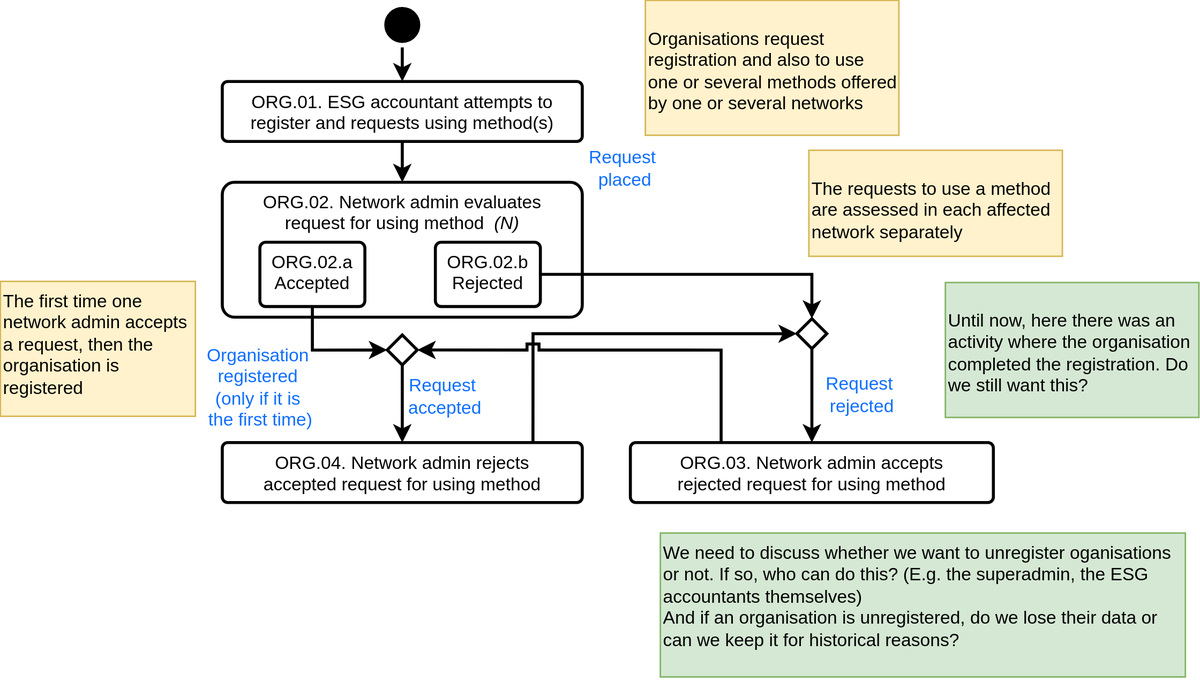
The draw.io diagram Process/ProcessORG.svg in Show-your-Heart/ShowYourHeart-docs, before a commit. Source tidied: cells renumbered, new cells last; positions are measured from the earlier drawing's top-left corner, leaving out a move shared by most shapes.
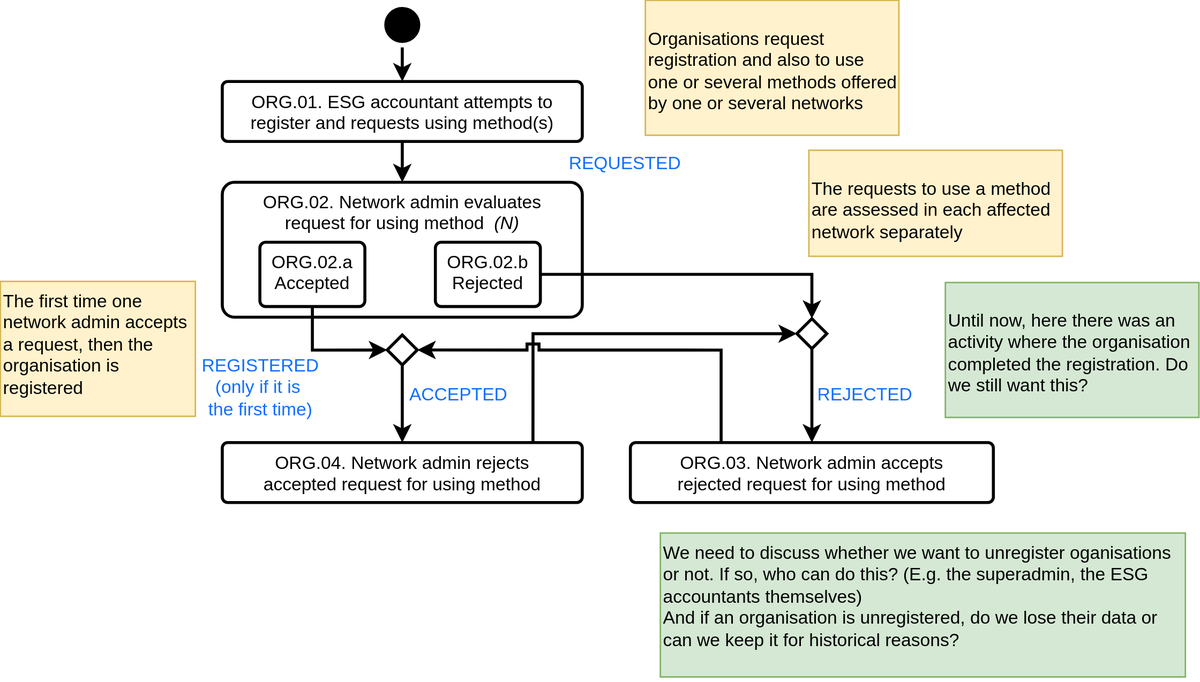
The same file after the commit.

The edit, as a diff of the source:
```diff
@@ -38,14 +38,14 @@
     <mxCell id="13" value="ORG.03. Network admin accepts rejected request for using method" style="rounded=1;whiteSpace=wrap;html=1;shadow=0;verticalAlign=top;spacingLeft=10;spacingRight=10;arcSize=9;strokeWidth=2;" parent="1" vertex="1">
       <mxGeometry x="420" y="295" width="242" height="40" as="geometry" />
     </mxCell>
-    <mxCell id="14" value="&lt;div&gt;&lt;span style=&quot;color: rgb(15, 111, 255);&quot;&gt;Request&amp;nbsp;&lt;/span&gt;&lt;/div&gt;&lt;div&gt;&lt;span style=&quot;color: rgb(15, 111, 255);&quot;&gt;rejected&lt;/span&gt;&lt;/div&gt;" style="text;html=1;align=center;verticalAlign=middle;strokeColor=none;fillColor=none;" parent="1" vertex="1">
-      <mxGeometry x="539" y="243.2" width="70" height="40" as="geometry" />
+    <mxCell id="14" value="&lt;div&gt;&lt;span style=&quot;color: rgb(15, 111, 255);&quot;&gt;REJECTED&lt;/span&gt;&lt;/div&gt;" style="text;html=1;align=center;verticalAlign=middle;strokeColor=none;fillColor=none;" parent="1" vertex="1">
+      <mxGeometry x="531" y="248.2" width="90" height="30" as="geometry" />
     </mxCell>
     <mxCell id="15" value="&lt;p&gt;Organisations request registration and also to use one or several methods offered by one or several networks&lt;br&gt;&lt;/p&gt;" style="text;html=1;whiteSpace=wrap;overflow=hidden;rounded=0;fillColor=#fff2cc;strokeColor=#d6b656;" parent="1" vertex="1">
       <mxGeometry x="430" width="169" height="90" as="geometry" />
     </mxCell>
-    <mxCell id="16" value="&lt;div&gt;&lt;span style=&quot;color: rgb(15, 111, 255);&quot;&gt;Request&amp;nbsp;&lt;/span&gt;&lt;/div&gt;&lt;div&gt;&lt;span style=&quot;color: rgb(15, 111, 255);&quot;&gt;accepted&lt;/span&gt;&lt;/div&gt;" style="text;html=1;align=center;verticalAlign=middle;strokeColor=none;fillColor=none;" parent="1" vertex="1">
-      <mxGeometry x="260.5" y="244.2" width="70" height="40" as="geometry" />
+    <mxCell id="16" value="&lt;div&gt;&lt;span style=&quot;color: rgb(15, 111, 255);&quot;&gt;ACCEPTED&lt;/span&gt;&lt;/div&gt;" style="text;html=1;align=center;verticalAlign=middle;strokeColor=none;fillColor=none;" parent="1" vertex="1">
+      <mxGeometry x="260" y="248.2" width="90" height="30" as="geometry" />
     </mxCell>
     <mxCell id="17" style="edgeStyle=orthogonalEdgeStyle;rounded=0;jumpStyle=sharp;jettySize=auto;html=1;startArrow=none;entryX=1;entryY=0.5;entryDx=0;entryDy=0;exitX=0.25;exitY=0;exitDx=0;exitDy=0;strokeWidth=2;" parent="1" edge="1" source="13" target="18">
       <mxGeometry relative="1" as="geometry" />
@@ -74,11 +74,11 @@
     <mxCell id="25" value="&lt;p&gt;The requests to use a method are assessed in each affected network separately&lt;br&gt;&lt;/p&gt;" style="text;html=1;whiteSpace=wrap;overflow=hidden;rounded=0;fillColor=#fff2cc;strokeColor=#d6b656;" parent="1" vertex="1">
       <mxGeometry x="539" y="100" width="169" height="70.8" as="geometry" />
     </mxCell>
-    <mxCell id="26" value="&lt;div&gt;&lt;span style=&quot;color: rgb(15, 111, 255);&quot;&gt;Request&amp;nbsp;&lt;/span&gt;&lt;/div&gt;&lt;div&gt;&lt;span style=&quot;color: rgb(15, 111, 255);&quot;&gt;placed&lt;/span&gt;&lt;/div&gt;" style="text;html=1;align=center;verticalAlign=middle;strokeColor=none;fillColor=none;" parent="1" vertex="1">
-      <mxGeometry x="381" y="92" width="70" height="40" as="geometry" />
+    <mxCell id="26" value="&lt;div&gt;&lt;br&gt;&lt;/div&gt;&lt;div&gt;&lt;span style=&quot;color: rgb(15, 111, 255);&quot;&gt;REQUESTED&lt;/span&gt;&lt;/div&gt;" style="text;html=1;align=center;verticalAlign=middle;strokeColor=none;fillColor=none;" parent="1" vertex="1">
+      <mxGeometry x="366" y="81.4" width="100" height="40" as="geometry" />
     </mxCell>
-    <mxCell id="27" value="&lt;div&gt;Organisation&amp;nbsp;&lt;/div&gt;&lt;div&gt;registered&amp;nbsp;&lt;/div&gt;&lt;div&gt;(only if it is&amp;nbsp;&lt;/div&gt;&lt;div&gt;the first time)&lt;/div&gt;" style="text;html=1;align=center;verticalAlign=middle;strokeColor=none;fillColor=none;fontColor=#0F6FFF;" parent="1" vertex="1">
-      <mxGeometry x="128" y="223.2" width="90" height="70" as="geometry" />
+    <mxCell id="27" value="&lt;div&gt;REGISTERED &lt;br&gt;&lt;/div&gt;&lt;div&gt;(only if it is&amp;nbsp;&lt;/div&gt;&lt;div&gt;the first time)&lt;/div&gt;" style="text;html=1;align=center;verticalAlign=middle;strokeColor=none;fillColor=none;fontColor=#0F6FFF;" parent="1" vertex="1">
+      <mxGeometry x="123" y="228.2" width="100" height="60" as="geometry" />
     </mxCell>
   </root>
 </mxGraphModel>
```
